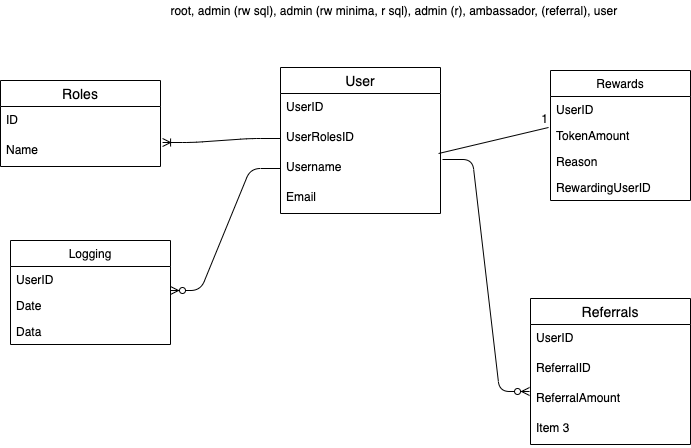
Earlier version of the draw.io export docs/images/dbase.png (minima-global/incentivecash). Source tidied: cells renumbered, new cells last; positions are measured from the earlier drawing's top-left corner, leaving out a move shared by most shapes.
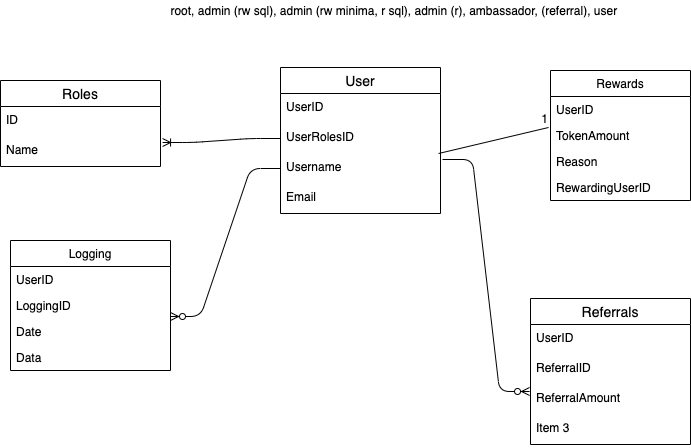
After the commit.

Diff of the diagram source:
```diff
@@ -42,16 +42,19 @@
       <mxGeometry y="104" width="140" height="26" as="geometry" />
     </mxCell>
     <mxCell id="15" value="Logging" style="swimlane;fontStyle=0;horizontal=1;startSize=26;fillColor=none;" parent="1" vertex="1">
-      <mxGeometry x="10" y="240" width="160" height="104" as="geometry" />
+      <mxGeometry x="10" y="240" width="160" height="130" as="geometry" />
     </mxCell>
     <mxCell id="16" value="UserID" style="text;strokeColor=none;fillColor=none;align=left;verticalAlign=top;spacingLeft=4;spacingRight=4;overflow=hidden;" parent="15" vertex="1">
       <mxGeometry y="26" width="160" height="26" as="geometry" />
     </mxCell>
+    <mxCell id="30" value="LoggingID" style="text;strokeColor=none;fillColor=none;align=left;verticalAlign=top;spacingLeft=4;spacingRight=4;overflow=hidden;" parent="15" vertex="1">
+      <mxGeometry y="52" width="160" height="26" as="geometry" />
+    </mxCell>
     <mxCell id="17" value="Date" style="text;strokeColor=none;fillColor=none;align=left;verticalAlign=top;spacingLeft=4;spacingRight=4;overflow=hidden;points=[[0,0.5],[1,0.5]];portConstraint=eastwest;" parent="15" vertex="1">
-      <mxGeometry y="52" width="160" height="26" as="geometry" />
+      <mxGeometry y="78" width="160" height="26" as="geometry" />
     </mxCell>
     <mxCell id="18" value="Data" style="text;strokeColor=none;fillColor=none;align=left;verticalAlign=top;spacingLeft=4;spacingRight=4;overflow=hidden;" parent="15" vertex="1">
-      <mxGeometry y="78" width="160" height="26" as="geometry" />
+      <mxGeometry y="104" width="160" height="26" as="geometry" />
     </mxCell>
     <mxCell id="19" style="edgeStyle=entityRelationEdgeStyle;fontSize=12;html=1;endArrow=ERoneToMany;entryX=1.013;entryY=0.2;entryDx=0;entryDy=0;entryPerimeter=0;exitX=0;exitY=0.5;exitDx=0;exitDy=0;" parent="1" edge="1" source="4" target="9">
       <mxGeometry relative="1" as="geometry" />
```
